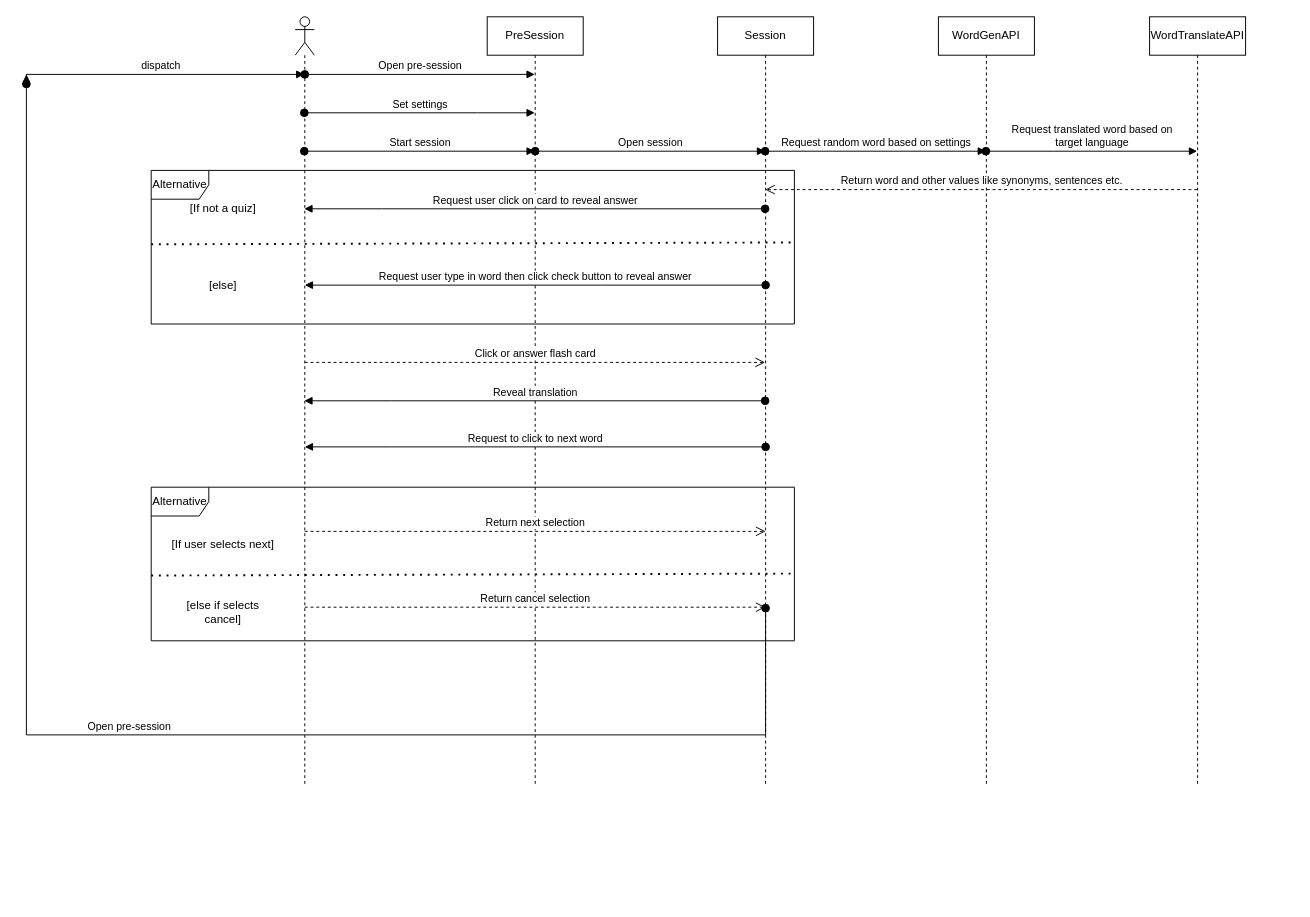
Earlier version of the draw.io diagram docs/diagrams/sequence/linguaFlashSessionSequenceDiagram.drawio (empty-works/lingua-flash). Source tidied: cells renumbered, new cells numbered last; positions are measured from the earlier drawing's top-left corner, leaving out a move shared by most shapes. Both pictures are drawn from the tidied source at 96%, with x=0, y=0 at pixel (26, 16).
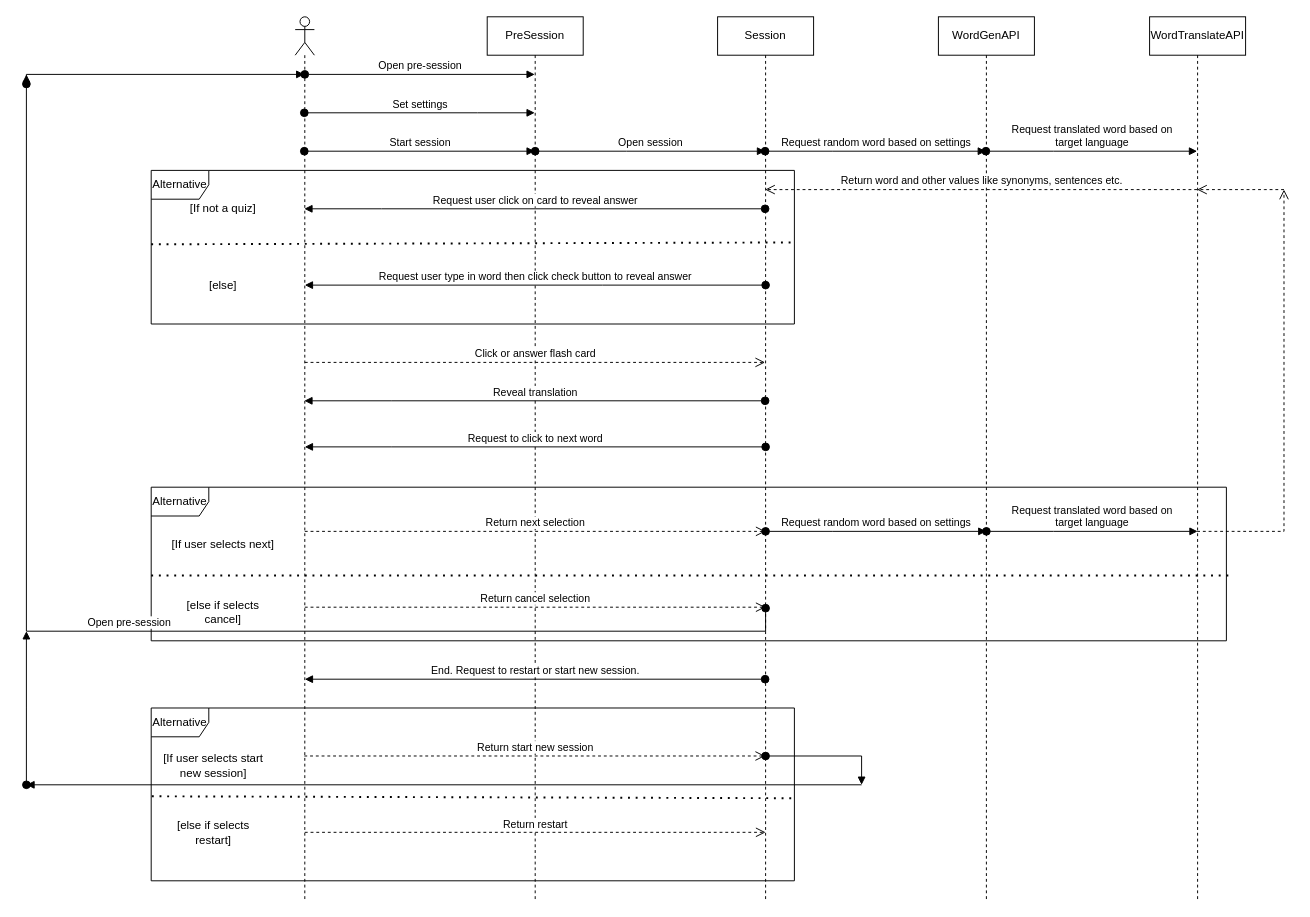
The same diagram, later.

Commit message:
Update linguaFlashSessionSequenceDiagram.drawio - last processes of session.

The edit, as a diff of the source:
```diff
@@
     <mxCell id="2" style="shape=umlLifeline;perimeter=lifelinePerimeter;whiteSpace=wrap;html=1;outlineConnect=0;portConstraint=eastwest;newEdgeStyle={&quot;edgeStyle&quot;:&quot;elbowEdgeStyle&quot;,&quot;elbow&quot;:&quot;vertical&quot;,&quot;curved&quot;:0,&quot;rounded&quot;:0};participant=umlActor;" parent="1" vertex="1">
-      <mxGeometry x="280" width="20" height="800" as="geometry" />
+      <mxGeometry x="280" width="20" height="920" as="geometry" />
     </mxCell>
     <mxCell id="3" value="PreSession" style="shape=umlLifeline;perimeter=lifelinePerimeter;whiteSpace=wrap;html=1;outlineConnect=0;portConstraint=eastwest;newEdgeStyle={&quot;edgeStyle&quot;:&quot;elbowEdgeStyle&quot;,&quot;elbow&quot;:&quot;vertical&quot;,&quot;curved&quot;:0,&quot;rounded&quot;:0};" parent="1" vertex="1">
-      <mxGeometry x="480" width="100" height="800" as="geometry" />
+      <mxGeometry x="480" width="100" height="920" as="geometry" />
     </mxCell>
@@
     <mxCell id="6" value="Session" style="shape=umlLifeline;perimeter=lifelinePerimeter;whiteSpace=wrap;html=1;outlineConnect=0;portConstraint=eastwest;newEdgeStyle={&quot;edgeStyle&quot;:&quot;elbowEdgeStyle&quot;,&quot;elbow&quot;:&quot;vertical&quot;,&quot;curved&quot;:0,&quot;rounded&quot;:0};" parent="1" vertex="1">
-      <mxGeometry x="720" width="100" height="800" as="geometry" />
+      <mxGeometry x="720" width="100" height="920" as="geometry" />
     </mxCell>
@@
     <mxCell id="9" value="WordGenAPI" style="shape=umlLifeline;perimeter=lifelinePerimeter;whiteSpace=wrap;html=1;outlineConnect=0;portConstraint=eastwest;newEdgeStyle={&quot;edgeStyle&quot;:&quot;elbowEdgeStyle&quot;,&quot;elbow&quot;:&quot;vertical&quot;,&quot;curved&quot;:0,&quot;rounded&quot;:0};" parent="1" vertex="1">
-      <mxGeometry x="950" width="100" height="800" as="geometry" />
+      <mxGeometry x="950" width="100" height="920" as="geometry" />
     </mxCell>
     <mxCell id="10" value="WordTranslateAPI" style="shape=umlLifeline;perimeter=lifelinePerimeter;whiteSpace=wrap;html=1;outlineConnect=0;portConstraint=eastwest;newEdgeStyle={&quot;edgeStyle&quot;:&quot;elbowEdgeStyle&quot;,&quot;elbow&quot;:&quot;vertical&quot;,&quot;curved&quot;:0,&quot;rounded&quot;:0};" parent="1" vertex="1">
-      <mxGeometry x="1170" width="100" height="800" as="geometry" />
+      <mxGeometry x="1170" width="100" height="920" as="geometry" />
     </mxCell>
@@
     <mxCell id="23" value="&lt;div&gt;Alternative&lt;/div&gt;" style="shape=umlFrame;whiteSpace=wrap;html=1;" parent="1" vertex="1">
-      <mxGeometry x="130" y="490" width="670" height="160" as="geometry" />
+      <mxGeometry x="130" y="490" width="1120" height="160" as="geometry" />
     </mxCell>
-    <mxCell id="24" value="[If user selects next]" style="text;html=1;strokeColor=none;fillColor=none;align=center;verticalAlign=middle;whiteSpace=wrap;rounded=0;" parent="1" vertex="1">
-      <mxGeometry x="150" y="530" width="110" height="40" as="geometry" />
+    <mxCell id="24" value="[If user selects start new session]" style="text;html=1;strokeColor=none;fillColor=none;align=center;verticalAlign=middle;whiteSpace=wrap;rounded=0;" parent="1" vertex="1">
+      <mxGeometry x="140" y="760" width="110" height="40" as="geometry" />
     </mxCell>
-    <mxCell id="25" style="endArrow=none;dashed=1;html=1;dashPattern=1 3;strokeWidth=2;rounded=0;entryX=1.003;entryY=0.469;entryDx=0;entryDy=0;entryPerimeter=0;" parent="1" edge="1">
+    <mxCell id="25" style="endArrow=none;dashed=1;html=1;dashPattern=1 3;strokeWidth=2;rounded=0;entryX=1.005;entryY=0.575;entryDx=0;entryDy=0;entryPerimeter=0;" parent="1" edge="1" target="23">
       <mxGeometry relative="1" as="geometry">
         <mxPoint x="130" y="582" as="sourcePoint" />
-        <mxPoint x="802" y="580" as="targetPoint" />
       </mxGeometry>
     </mxCell>
@@
     <mxCell id="29" value="Open pre-session" style="html=1;verticalAlign=bottom;startArrow=oval;startFill=1;endArrow=block;startSize=8;edgeStyle=elbowEdgeStyle;elbow=vertical;curved=0;rounded=0;" parent="1" edge="1">
       <mxGeometry relative="1" as="geometry">
         <mxPoint x="770" y="616" as="sourcePoint" />
         <mxPoint y="60" as="targetPoint" />
         <Array as="points">
-          <mxPoint y="748" />
+          <mxPoint x="410" y="640" />
           <mxPoint y="56" />
           <mxPoint y="70" />
           <mxPoint y="60" />
           <mxPoint y="56" />
         </Array>
       </mxGeometry>
     </mxCell>
-    <mxCell id="30" value="dispatch" style="html=1;verticalAlign=bottom;startArrow=oval;startFill=1;endArrow=block;startSize=8;edgeStyle=elbowEdgeStyle;elbow=vertical;curved=0;rounded=0;" parent="1" edge="1" target="2">
+    <mxCell id="30" style="html=1;verticalAlign=bottom;startArrow=oval;startFill=1;endArrow=block;startSize=8;edgeStyle=elbowEdgeStyle;elbow=vertical;curved=0;rounded=0;" parent="1" edge="1" target="2">
       <mxGeometry relative="1" as="geometry">
         <mxPoint y="70" as="sourcePoint" />
         <Array as="points">
           <mxPoint x="250" y="60" />
         </Array>
       </mxGeometry>
     </mxCell>
+    <mxCell id="31" value="Request random word based on settings" style="html=1;verticalAlign=bottom;startArrow=oval;startFill=1;endArrow=block;startSize=8;edgeStyle=elbowEdgeStyle;elbow=vertical;curved=0;rounded=0;" parent="1" edge="1">
+      <mxGeometry relative="1" as="geometry">
+        <mxPoint x="770" y="536" as="sourcePoint" />
+        <mxPoint x="1000" y="536" as="targetPoint" />
+        <Array as="points">
+          <mxPoint x="840" y="536" />
+        </Array>
+      </mxGeometry>
+    </mxCell>
+    <mxCell id="32" value="&lt;div&gt;Request translated word based on &lt;br&gt;&lt;/div&gt;&lt;div&gt;target language&lt;br&gt;&lt;/div&gt;" style="html=1;verticalAlign=bottom;startArrow=oval;startFill=1;endArrow=block;startSize=8;edgeStyle=elbowEdgeStyle;elbow=vertical;curved=0;rounded=0;" parent="1" edge="1">
+      <mxGeometry relative="1" as="geometry">
+        <mxPoint x="1000" y="536" as="sourcePoint" />
+        <mxPoint x="1220" y="536" as="targetPoint" />
+        <Array as="points">
+          <mxPoint x="1070" y="536" />
+          <mxPoint x="1030" y="526" />
+        </Array>
+      </mxGeometry>
+    </mxCell>
+    <mxCell id="33" style="html=1;verticalAlign=bottom;endArrow=open;dashed=1;endSize=8;edgeStyle=elbowEdgeStyle;elbow=vertical;curved=0;rounded=0;" parent="1" edge="1">
+      <mxGeometry x="0.06" relative="1" as="geometry">
+        <mxPoint x="1219.5" y="536" as="sourcePoint" />
+        <mxPoint x="1310" y="180" as="targetPoint" />
+        <Array as="points">
+          <mxPoint x="1290" y="536" />
+          <mxPoint x="1310" y="176" />
+        </Array>
+        <mxPoint y="1" as="offset" />
+      </mxGeometry>
+    </mxCell>
+    <mxCell id="34" style="html=1;verticalAlign=bottom;endArrow=open;dashed=1;endSize=8;edgeStyle=elbowEdgeStyle;elbow=vertical;curved=0;rounded=0;" parent="1" edge="1" target="10">
+      <mxGeometry relative="1" as="geometry">
+        <mxPoint x="1310" y="180" as="sourcePoint" />
+      </mxGeometry>
+    </mxCell>
+    <mxCell id="35" value="End. Request to restart or start new session." style="html=1;verticalAlign=bottom;startArrow=oval;startFill=1;endArrow=block;startSize=8;edgeStyle=elbowEdgeStyle;elbow=vertical;curved=0;rounded=0;" parent="1" edge="1" source="6">
+      <mxGeometry relative="1" as="geometry">
+        <mxPoint x="290" y="690" as="targetPoint" />
+        <Array as="points">
+          <mxPoint x="620" y="690" />
+        </Array>
+      </mxGeometry>
+    </mxCell>
+    <mxCell id="36" value="Alternative" style="shape=umlFrame;whiteSpace=wrap;html=1;" parent="1" vertex="1">
+      <mxGeometry x="130" y="720" width="670" height="180" as="geometry" />
+    </mxCell>
+    <mxCell id="37" value="[If user selects next]" style="text;html=1;strokeColor=none;fillColor=none;align=center;verticalAlign=middle;whiteSpace=wrap;rounded=0;" parent="1" vertex="1">
+      <mxGeometry x="150" y="530" width="110" height="40" as="geometry" />
+    </mxCell>
+    <mxCell id="38" value="[else if selects restart]" style="text;html=1;strokeColor=none;fillColor=none;align=center;verticalAlign=middle;whiteSpace=wrap;rounded=0;" parent="1" vertex="1">
+      <mxGeometry x="140" y="830" width="110" height="40" as="geometry" />
+    </mxCell>
+    <mxCell id="39" style="endArrow=none;dashed=1;html=1;dashPattern=1 3;strokeWidth=2;rounded=0;exitX=0.001;exitY=0.511;exitDx=0;exitDy=0;exitPerimeter=0;" parent="1" edge="1" source="36">
+      <mxGeometry relative="1" as="geometry">
+        <mxPoint x="800" y="814" as="targetPoint" />
+      </mxGeometry>
+    </mxCell>
+    <mxCell id="40" value="Return start new session" style="html=1;verticalAlign=bottom;endArrow=open;dashed=1;endSize=8;edgeStyle=elbowEdgeStyle;elbow=vertical;curved=0;rounded=0;" parent="1" edge="1" source="2" target="6">
+      <mxGeometry relative="1" as="geometry">
+        <Array as="points">
+          <mxPoint x="590" y="770" />
+        </Array>
+      </mxGeometry>
+    </mxCell>
+    <mxCell id="41" value="Return restart" style="html=1;verticalAlign=bottom;endArrow=open;dashed=1;endSize=8;edgeStyle=elbowEdgeStyle;elbow=vertical;curved=0;rounded=0;" parent="1" edge="1">
+      <mxGeometry relative="1" as="geometry">
+        <mxPoint x="290" y="849.5" as="sourcePoint" />
+        <mxPoint x="770" y="849.5" as="targetPoint" />
+        <Array as="points">
+          <mxPoint x="590" y="849.5" />
+        </Array>
+      </mxGeometry>
+    </mxCell>
+    <mxCell id="42" style="html=1;verticalAlign=bottom;startArrow=oval;startFill=1;endArrow=block;startSize=8;edgeStyle=elbowEdgeStyle;elbow=vertical;curved=0;rounded=0;" parent="1" edge="1">
+      <mxGeometry relative="1" as="geometry">
+        <mxPoint x="770" y="770" as="sourcePoint" />
+        <mxPoint x="870" y="800" as="targetPoint" />
+        <Array as="points">
+          <mxPoint x="880" y="770" />
+        </Array>
+      </mxGeometry>
+    </mxCell>
+    <mxCell id="43" style="html=1;verticalAlign=bottom;endArrow=block;edgeStyle=elbowEdgeStyle;elbow=vertical;curved=0;rounded=0;" parent="1" edge="1">
+      <mxGeometry relative="1" as="geometry">
+        <mxPoint x="870" y="800" as="sourcePoint" />
+        <mxPoint y="800" as="targetPoint" />
+      </mxGeometry>
+    </mxCell>
+    <mxCell id="44" style="html=1;verticalAlign=bottom;startArrow=oval;startFill=1;endArrow=block;startSize=8;edgeStyle=elbowEdgeStyle;elbow=vertical;curved=0;rounded=0;" parent="1" edge="1">
+      <mxGeometry relative="1" as="geometry">
+        <mxPoint y="800" as="sourcePoint" />
+        <mxPoint y="640" as="targetPoint" />
+      </mxGeometry>
+    </mxCell>
```
